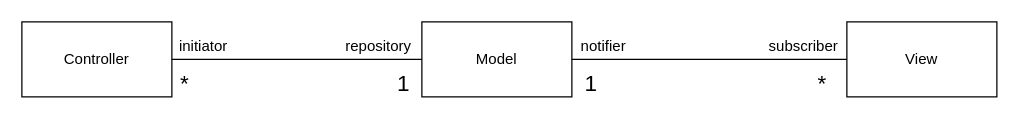
Above: Documentazione/Resources/ModelloMVC.drawio in Alberto-00/EasyPass (draw.io), before the change. Source tidied: cells renumbered, new cells numbered last; positions are measured from the earlier drawing's top-left corner, leaving out a move shared by most shapes. Both pictures are drawn from the tidied source at 125%, with x=0, y=0 at pixel (21, 21).
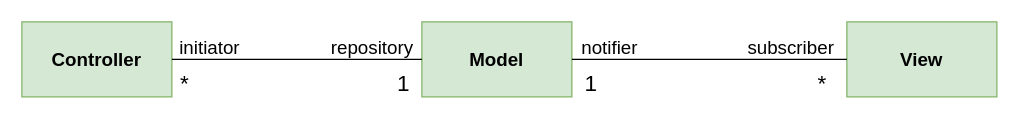
The same page after the edit.

What changed in the source:
```diff
@@
 <mxGraphModel>
   <root>
     <mxCell id="0" />
     <mxCell id="1" parent="0" />
-    <mxCell id="2" value="Model" style="rounded=0;whiteSpace=wrap;html=1;" parent="1" vertex="1">
+    <mxCell id="2" value="&lt;b&gt;&lt;font style=&quot;font-size: 15px&quot;&gt;Model&lt;/font&gt;&lt;/b&gt;" style="rounded=0;whiteSpace=wrap;html=1;fillColor=#d5e8d4;strokeColor=#82b366;" parent="1" vertex="1">
       <mxGeometry x="320" width="120" height="60" as="geometry" />
     </mxCell>
-    <mxCell id="3" value="Controller" style="rounded=0;whiteSpace=wrap;html=1;" parent="1" vertex="1">
+    <mxCell id="3" value="&lt;b&gt;&lt;font style=&quot;font-size: 15px&quot;&gt;Controller&lt;/font&gt;&lt;/b&gt;" style="rounded=0;whiteSpace=wrap;html=1;fillColor=#d5e8d4;strokeColor=#82b366;" parent="1" vertex="1">
       <mxGeometry width="120" height="60" as="geometry" />
     </mxCell>
-    <mxCell id="4" value="View" style="rounded=0;whiteSpace=wrap;html=1;" parent="1" vertex="1">
+    <mxCell id="4" value="&lt;font style=&quot;font-size: 15px&quot;&gt;&lt;b&gt;View&lt;/b&gt;&lt;/font&gt;" style="rounded=0;whiteSpace=wrap;html=1;fillColor=#d5e8d4;strokeColor=#82b366;" parent="1" vertex="1">
       <mxGeometry x="660" width="120" height="60" as="geometry" />
     </mxCell>
     <mxCell id="5" style="endArrow=none;html=1;rounded=0;edgeStyle=orthogonalEdgeStyle;exitX=1;exitY=0.5;exitDx=0;exitDy=0;entryX=0;entryY=0.5;entryDx=0;entryDy=0;" parent="1" edge="1" source="3" target="2">
       <mxGeometry relative="1" as="geometry" />
     </mxCell>
     <mxCell id="6" style="endArrow=none;html=1;rounded=0;edgeStyle=orthogonalEdgeStyle;" parent="1" edge="1" source="2" target="4">
       <mxGeometry relative="1" as="geometry" />
     </mxCell>
-    <mxCell id="7" value="initiator" style="text;html=1;align=center;verticalAlign=middle;strokeColor=none;fillColor=none;" parent="1" vertex="1">
-      <mxGeometry x="120" y="10" width="50" height="20" as="geometry" />
+    <mxCell id="7" value="&lt;font style=&quot;font-size: 15px&quot;&gt;initiator&lt;/font&gt;" style="text;html=1;align=center;verticalAlign=middle;strokeColor=none;fillColor=none;" parent="1" vertex="1">
+      <mxGeometry x="120" y="10" width="60" height="20" as="geometry" />
     </mxCell>
-    <mxCell id="8" value="repository" style="text;html=1;align=center;verticalAlign=middle;strokeColor=none;fillColor=none;" parent="1" vertex="1">
-      <mxGeometry x="250" y="10" width="70" height="20" as="geometry" />
+    <mxCell id="8" value="&lt;font style=&quot;font-size: 15px&quot;&gt;repository&lt;/font&gt;" style="text;html=1;align=center;verticalAlign=middle;strokeColor=none;fillColor=none;" parent="1" vertex="1">
+      <mxGeometry x="240" y="10" width="80" height="20" as="geometry" />
     </mxCell>
-    <mxCell id="9" value="notifier" style="text;html=1;align=center;verticalAlign=middle;strokeColor=none;fillColor=none;" parent="1" vertex="1">
-      <mxGeometry x="440" y="10" width="50" height="20" as="geometry" />
+    <mxCell id="9" value="&lt;font style=&quot;font-size: 15px&quot;&gt;notifier&lt;/font&gt;" style="text;html=1;align=center;verticalAlign=middle;strokeColor=none;fillColor=none;" parent="1" vertex="1">
+      <mxGeometry x="440" y="10" width="60" height="20" as="geometry" />
     </mxCell>
-    <mxCell id="10" value="subscriber" style="text;html=1;align=center;verticalAlign=middle;strokeColor=none;fillColor=none;" parent="1" vertex="1">
-      <mxGeometry x="590" y="10" width="70" height="20" as="geometry" />
+    <mxCell id="10" value="&lt;font style=&quot;font-size: 15px&quot;&gt;subscriber&lt;/font&gt;" style="text;html=1;align=center;verticalAlign=middle;strokeColor=none;fillColor=none;" parent="1" vertex="1">
+      <mxGeometry x="570" y="10" width="90" height="20" as="geometry" />
     </mxCell>
     <mxCell id="11" value="&lt;font style=&quot;font-size: 18px&quot;&gt;*&lt;/font&gt;" style="text;html=1;align=center;verticalAlign=middle;strokeColor=none;fillColor=none;" parent="1" vertex="1">
       <mxGeometry x="120" y="40" width="20" height="20" as="geometry" />
     </mxCell>
     <mxCell id="12" value="&lt;font style=&quot;font-size: 18px&quot;&gt;*&lt;/font&gt;" style="text;html=1;align=center;verticalAlign=middle;strokeColor=none;fillColor=none;" parent="1" vertex="1">
       <mxGeometry x="630" y="40" width="20" height="20" as="geometry" />
     </mxCell>
     <mxCell id="13" value="&lt;font style=&quot;font-size: 18px&quot;&gt;1&lt;/font&gt;" style="text;html=1;align=center;verticalAlign=middle;strokeColor=none;fillColor=none;" parent="1" vertex="1">
       <mxGeometry x="440" y="40" width="30" height="20" as="geometry" />
     </mxCell>
     <mxCell id="14" value="&lt;font style=&quot;font-size: 18px&quot;&gt;1&lt;/font&gt;" style="text;html=1;align=center;verticalAlign=middle;strokeColor=none;fillColor=none;" parent="1" vertex="1">
       <mxGeometry x="290" y="40" width="30" height="20" as="geometry" />
     </mxCell>
   </root>
 </mxGraphModel>
```
